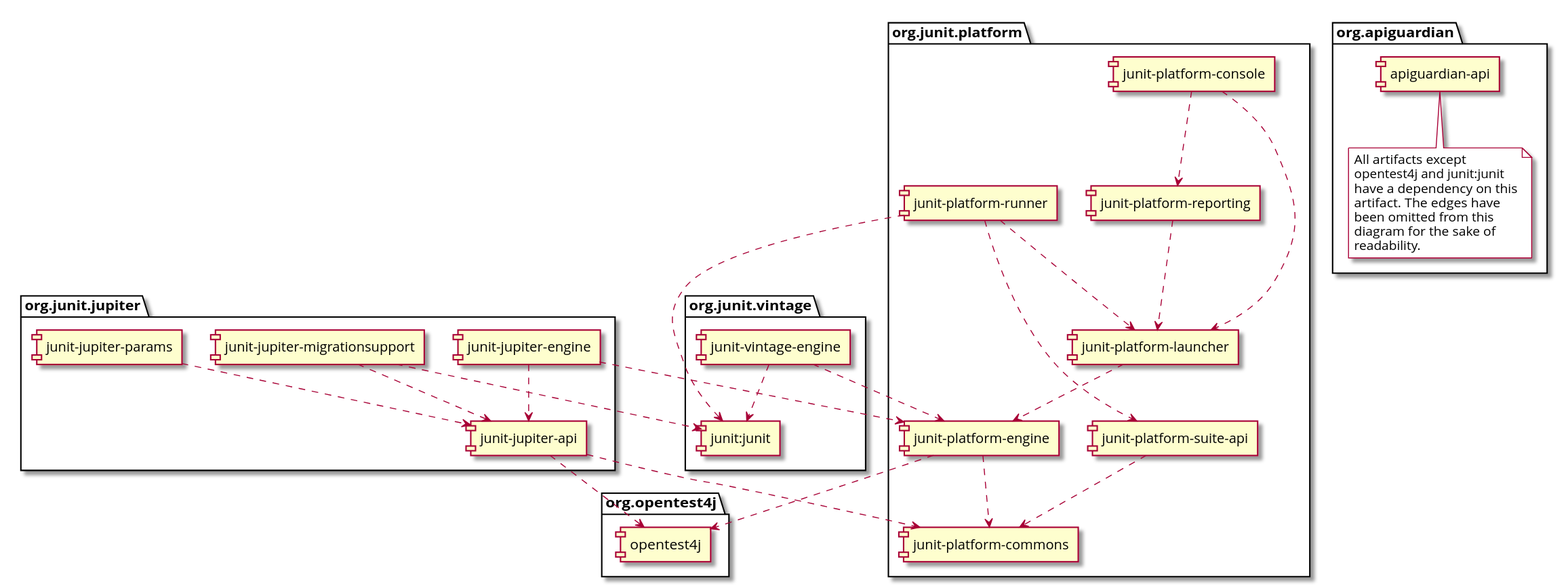
The PlantUML diagram docs/snapshot/user-guide/images/component-diagram.svg in junit-team/junit5, before a commit.
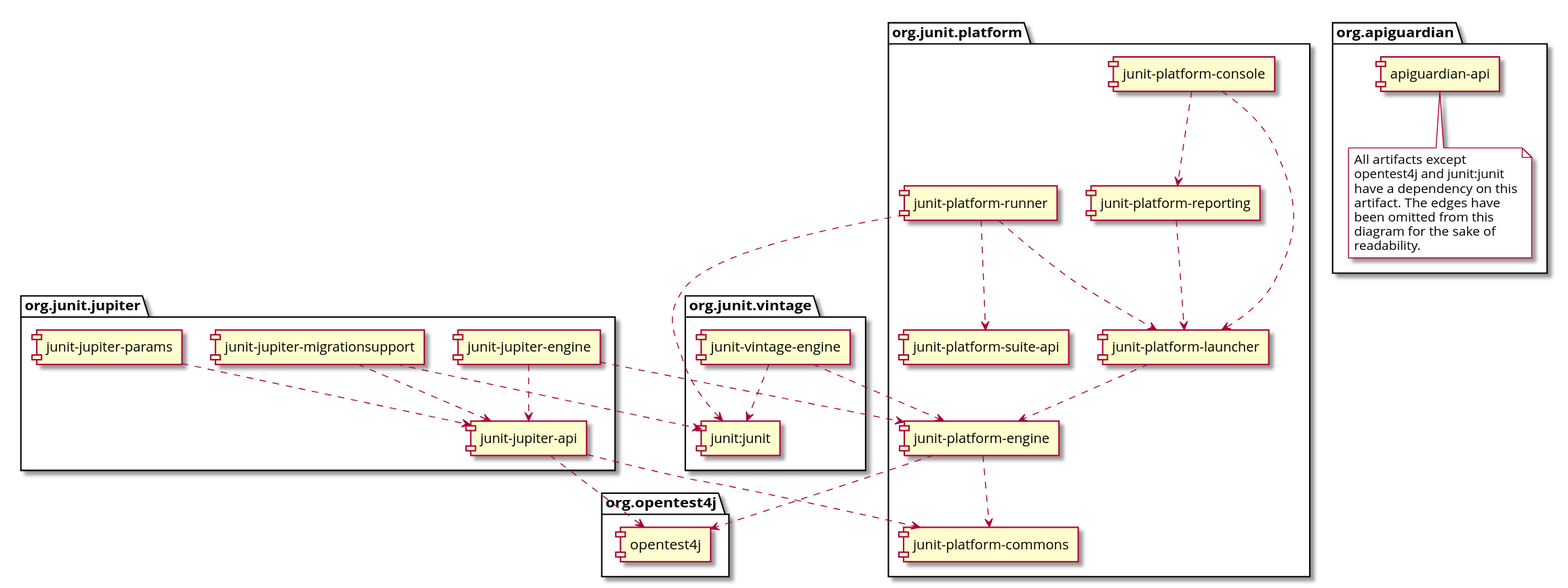
After the change.

The edit, as a diff of the source:
```diff
@@ -66,8 +66,6 @@
 runner ..> suite_api
 runner ..> junit4
 
-suite_api ..> commons
-
 vintage_engine ..> engine
 vintage_engine ..> junit4
 @enduml
```
